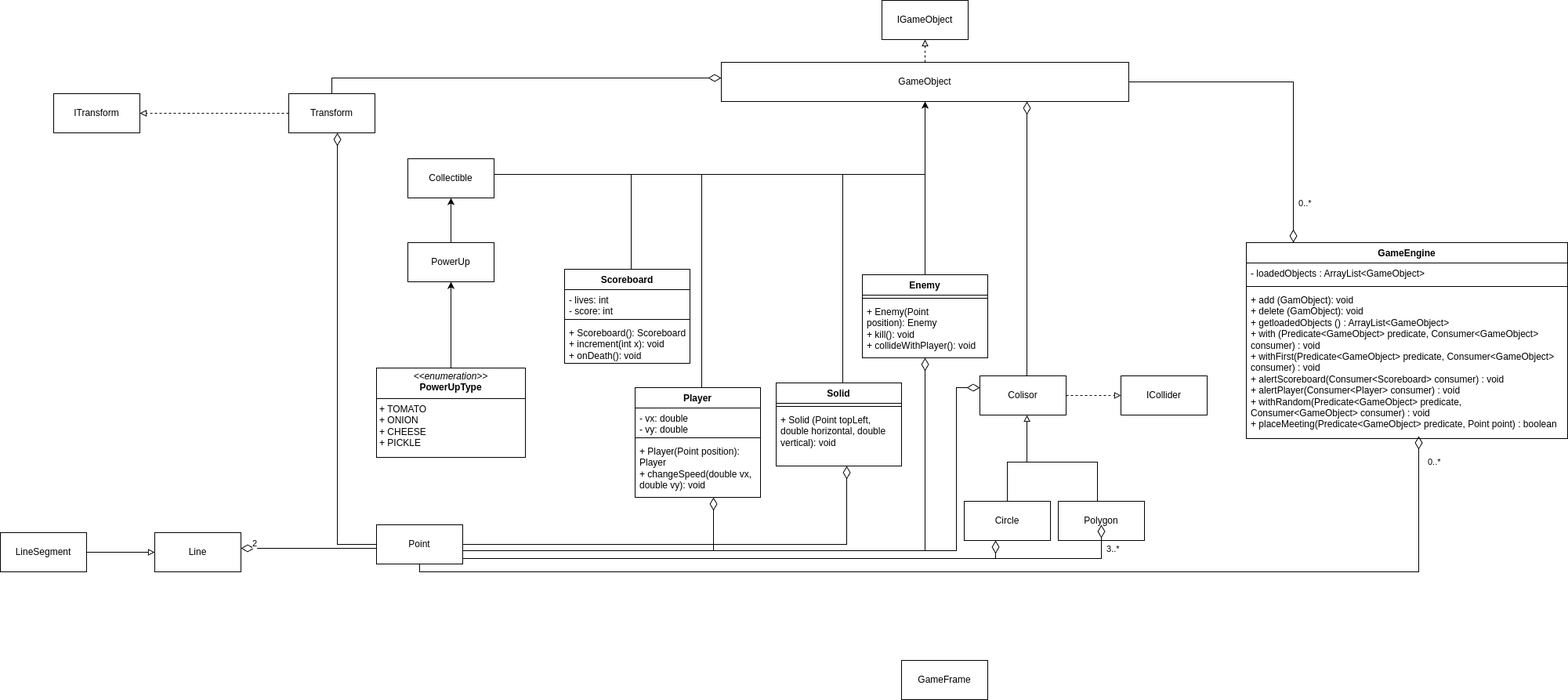
The draw.io diagram UMLs/UML-3.png in ricardoorodriguess/BurgerMan, before a commit. Source tidied: cells renumbered, new cells last; positions are measured from the earlier drawing's top-left corner, leaving out a move shared by most shapes.
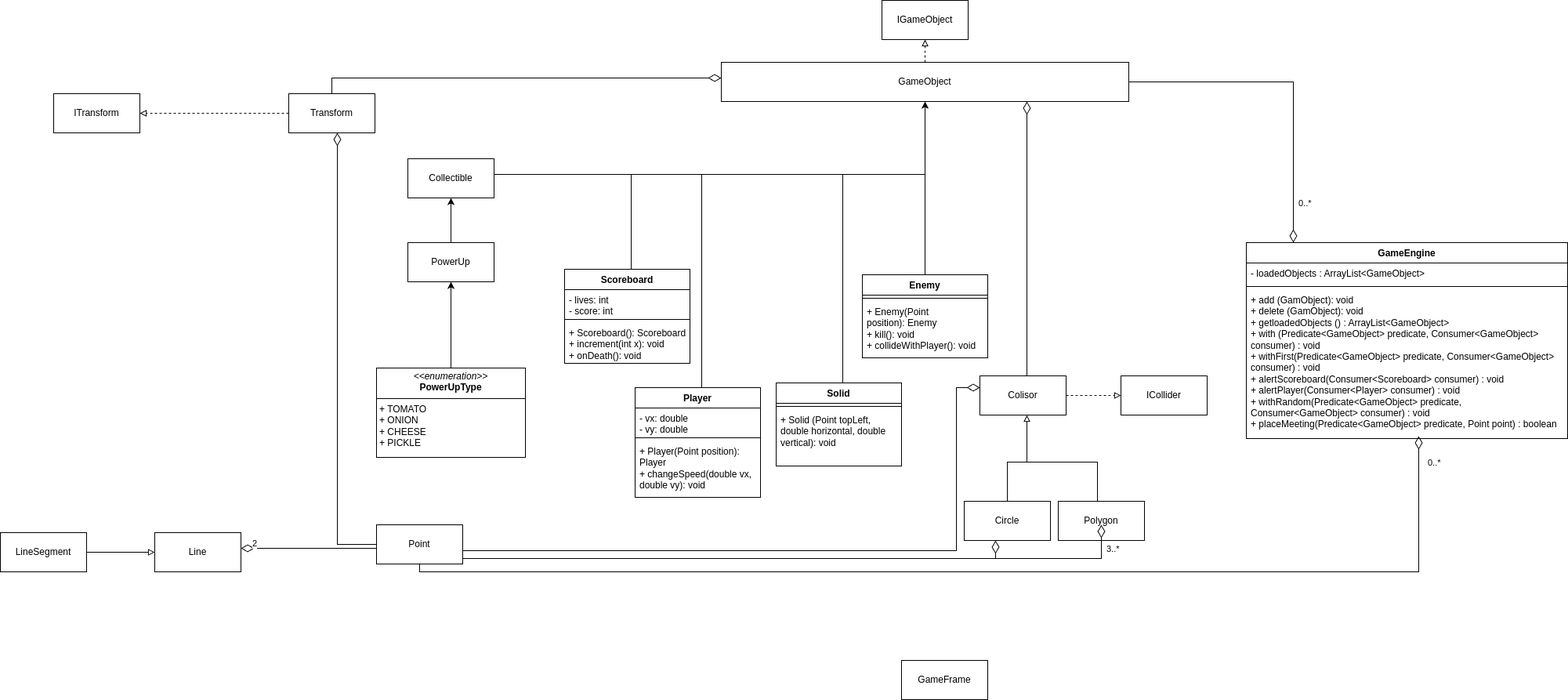
The same file after the commit.

The edit, as a diff of the source:
```diff
@@ -232,14 +232,6 @@
     <mxCell id="50" value="&lt;div&gt;+ Player(Point position): Player&lt;/div&gt;+ changeSpeed(double vx, double vy): void" style="text;strokeColor=none;fillColor=none;align=left;verticalAlign=top;spacingLeft=4;spacingRight=4;overflow=hidden;whiteSpace=wrap;html=1;" parent="47" vertex="1">
       <mxGeometry y="68" width="160" height="72" as="geometry" />
     </mxCell>
-    <mxCell id="51" style="endArrow=none;html=1;endSize=12;startArrow=diamondThin;startSize=14;startFill=0;edgeStyle=orthogonalEdgeStyle;align=left;verticalAlign=bottom;rounded=0;endFill=0;entryX=1;entryY=0.5;entryDx=0;entryDy=0;" parent="1" edge="1" source="47" target="9">
-      <mxGeometry x="-1" y="3" relative="1" as="geometry">
-        <Array as="points">
-          <mxPoint x="910" y="702" />
-          <mxPoint x="590" y="702" />
-        </Array>
-      </mxGeometry>
-    </mxCell>
     <mxCell id="52" value="Solid" style="swimlane;fontStyle=1;align=center;verticalAlign=top;horizontal=1;startSize=26;whiteSpace=wrap;html=1;" parent="1" vertex="1">
       <mxGeometry x="990" y="488" width="160" height="106" as="geometry" />
     </mxCell>
@@ -249,13 +241,6 @@
     <mxCell id="54" value="&lt;div&gt;+ Solid (Point topLeft, double horizontal,&amp;nbsp;&lt;span style=&quot;background-color: transparent; color: light-dark(rgb(0, 0, 0), rgb(255, 255, 255));&quot;&gt;double vertical&lt;/span&gt;&lt;span style=&quot;background-color: transparent; color: light-dark(rgb(0, 0, 0), rgb(255, 255, 255));&quot;&gt;): void&lt;/span&gt;&lt;/div&gt;" style="text;strokeColor=none;fillColor=none;align=left;verticalAlign=top;spacingLeft=4;spacingRight=4;overflow=hidden;whiteSpace=wrap;html=1;" parent="52" vertex="1">
       <mxGeometry y="34" width="160" height="72" as="geometry" />
     </mxCell>
-    <mxCell id="55" style="endArrow=none;html=1;endSize=12;startArrow=diamondThin;startSize=14;startFill=0;edgeStyle=orthogonalEdgeStyle;align=left;verticalAlign=bottom;rounded=0;endFill=0;" parent="1" edge="1" source="52" target="9">
-      <mxGeometry x="-1" y="3" relative="1" as="geometry">
-        <Array as="points">
-          <mxPoint x="1080" y="694" />
-        </Array>
-      </mxGeometry>
-    </mxCell>
     <mxCell id="56" value="Enemy" style="swimlane;fontStyle=1;align=center;verticalAlign=top;horizontal=1;startSize=26;whiteSpace=wrap;html=1;" parent="1" vertex="1">
       <mxGeometry x="1100" y="350" width="160" height="106" as="geometry" />
     </mxCell>
@@ -265,12 +250,5 @@
     <mxCell id="58" value="&lt;div&gt;+ Enemy(Point position):&amp;nbsp;&lt;span style=&quot;background-color: transparent; color: light-dark(rgb(0, 0, 0), rgb(255, 255, 255));&quot;&gt;Enemy&lt;/span&gt;&lt;/div&gt;+ kill(): void&lt;div&gt;+ collideWithPlayer(): void&lt;/div&gt;" style="text;strokeColor=none;fillColor=none;align=left;verticalAlign=top;spacingLeft=4;spacingRight=4;overflow=hidden;whiteSpace=wrap;html=1;" parent="56" vertex="1">
       <mxGeometry y="34" width="160" height="72" as="geometry" />
     </mxCell>
-    <mxCell id="59" style="endArrow=none;html=1;endSize=12;startArrow=diamondThin;startSize=14;startFill=0;edgeStyle=orthogonalEdgeStyle;align=left;verticalAlign=bottom;rounded=0;endFill=0;" parent="1" edge="1" source="56" target="9">
-      <mxGeometry x="-1" y="3" relative="1" as="geometry">
-        <Array as="points">
-          <mxPoint x="1180" y="702" />
-        </Array>
-      </mxGeometry>
-    </mxCell>
   </root>
 </mxGraphModel>
```
